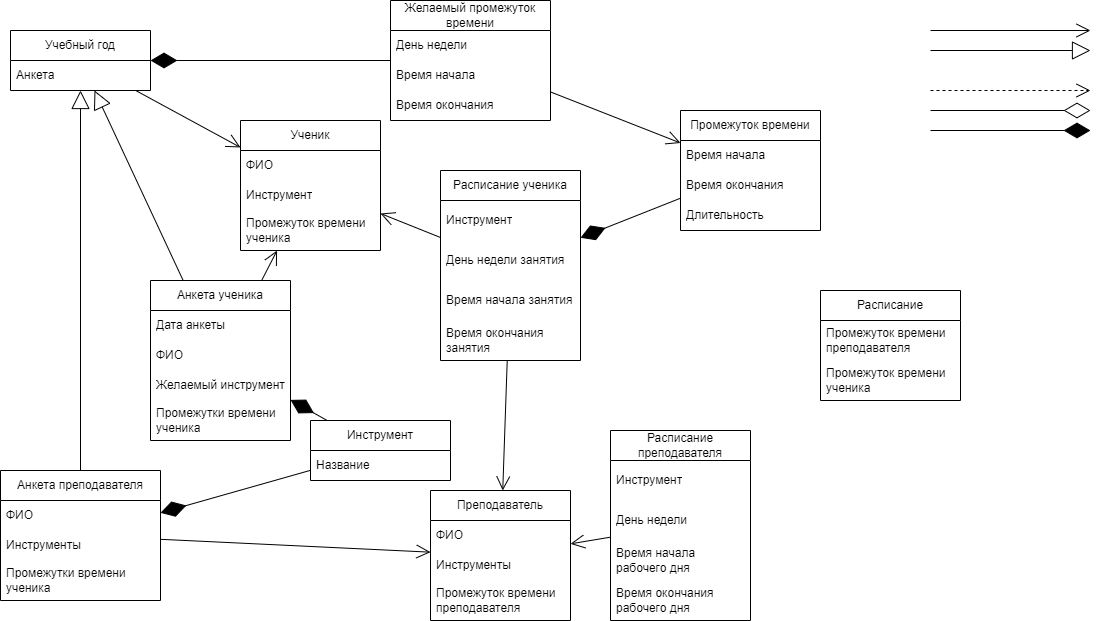
Before: Модель_предметной_области.png, a diagram exported from draw.io (watashinonericell/myrepos). Source tidied: cells renumbered, new cells last; positions are measured from the earlier drawing's top-left corner, leaving out a move shared by most shapes.
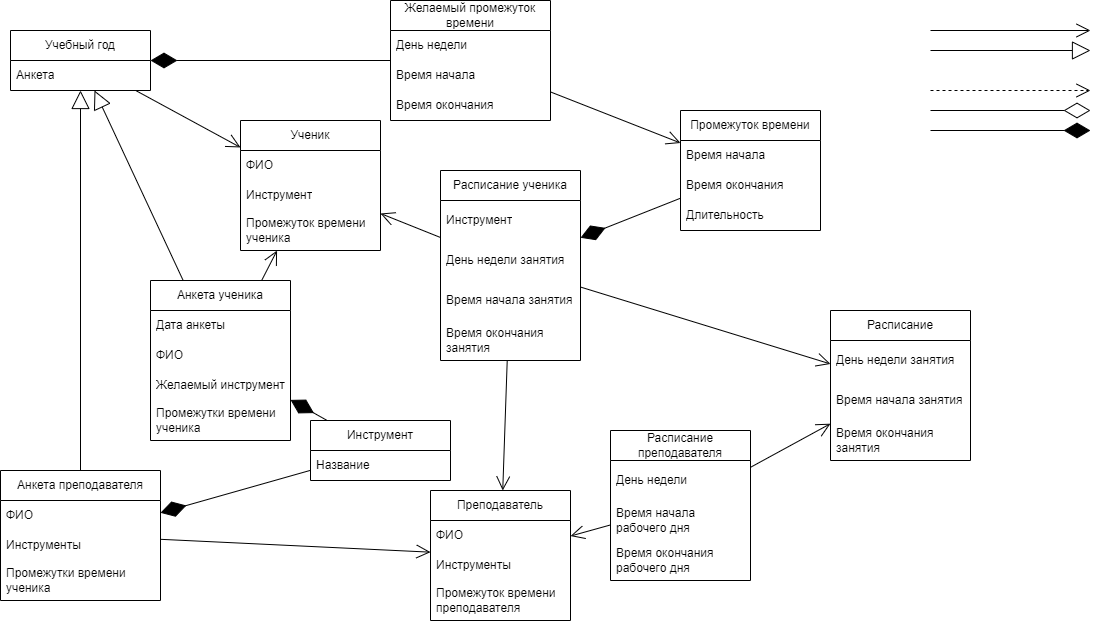
The same file after the commit.

The edit, as a diff of the source:
```diff
@@ -29,15 +29,6 @@
     <mxCell id="10" value="Промежутки времени ученика" style="text;strokeColor=none;fillColor=none;align=left;verticalAlign=middle;spacingLeft=4;spacingRight=4;overflow=hidden;whiteSpace=wrap;html=1;" parent="6" vertex="1">
       <mxGeometry y="120" width="140" height="40" as="geometry" />
     </mxCell>
-    <mxCell id="11" value="Расписание" style="swimlane;fontStyle=0;horizontal=1;startSize=30;whiteSpace=wrap;html=1;" parent="1" vertex="1">
-      <mxGeometry x="820" y="290" width="140" height="110" as="geometry" />
-    </mxCell>
-    <mxCell id="12" value="Промежуток времени преподавателя" style="text;strokeColor=none;fillColor=none;align=left;verticalAlign=middle;spacingLeft=4;spacingRight=4;overflow=hidden;whiteSpace=wrap;html=1;" parent="11" vertex="1">
-      <mxGeometry y="30" width="140" height="40" as="geometry" />
-    </mxCell>
-    <mxCell id="13" value="Промежуток времени ученика" style="text;strokeColor=none;fillColor=none;align=left;verticalAlign=middle;spacingLeft=4;spacingRight=4;overflow=hidden;whiteSpace=wrap;html=1;" parent="11" vertex="1">
-      <mxGeometry y="70" width="140" height="40" as="geometry" />
-    </mxCell>
     <mxCell id="14" style="endArrow=open;endFill=1;endSize=12;html=1;rounded=0;" parent="1" edge="1" source="6" target="2">
       <mxGeometry relative="1" as="geometry" />
     </mxCell>
@@ -171,19 +162,16 @@
       <mxGeometry y="150" width="140" height="40" as="geometry" />
     </mxCell>
     <mxCell id="53" value="Расписание преподавателя" style="swimlane;fontStyle=0;horizontal=1;startSize=30;whiteSpace=wrap;html=1;" parent="1" vertex="1">
-      <mxGeometry x="610" y="430" width="140" height="190" as="geometry" />
+      <mxGeometry x="610" y="430" width="140" height="150" as="geometry" />
     </mxCell>
-    <mxCell id="54" value="Инструмент" style="text;strokeColor=none;fillColor=none;align=left;verticalAlign=middle;spacingLeft=4;spacingRight=4;overflow=hidden;whiteSpace=wrap;html=1;" parent="53" vertex="1">
-      <mxGeometry y="30" width="140" height="40" as="geometry" />
-    </mxCell>
     <mxCell id="55" value="День недели" style="text;strokeColor=none;fillColor=none;align=left;verticalAlign=middle;spacingLeft=4;spacingRight=4;overflow=hidden;whiteSpace=wrap;html=1;" parent="53" vertex="1">
-      <mxGeometry y="70" width="140" height="40" as="geometry" />
+      <mxGeometry y="30" width="140" height="40" as="geometry" />
     </mxCell>
     <mxCell id="56" value="Время начала рабочего дня" style="text;strokeColor=none;fillColor=none;align=left;verticalAlign=middle;spacingLeft=4;spacingRight=4;overflow=hidden;whiteSpace=wrap;html=1;" parent="53" vertex="1">
-      <mxGeometry y="110" width="140" height="40" as="geometry" />
+      <mxGeometry y="70" width="140" height="40" as="geometry" />
     </mxCell>
     <mxCell id="57" value="Время окончания рабочего дня" style="text;strokeColor=none;fillColor=none;align=left;verticalAlign=middle;spacingLeft=4;spacingRight=4;overflow=hidden;whiteSpace=wrap;html=1;" parent="53" vertex="1">
-      <mxGeometry y="150" width="140" height="40" as="geometry" />
+      <mxGeometry y="110" width="140" height="40" as="geometry" />
     </mxCell>
     <mxCell id="58" style="endArrow=open;endFill=1;endSize=12;html=1;rounded=0;" parent="1" edge="1" source="48" target="2">
       <mxGeometry relative="1" as="geometry" />
@@ -197,5 +185,23 @@
     <mxCell id="61" style="endArrow=open;endFill=1;endSize=12;html=1;rounded=0;" parent="1" edge="1" source="48" target="15">
       <mxGeometry relative="1" as="geometry" />
     </mxCell>
+    <mxCell id="11" value="Расписание" style="swimlane;fontStyle=0;horizontal=1;startSize=30;whiteSpace=wrap;html=1;" parent="1" vertex="1">
+      <mxGeometry x="830" y="310" width="140" height="150" as="geometry" />
+    </mxCell>
+    <mxCell id="62" value="День недели занятия" style="text;strokeColor=none;fillColor=none;align=left;verticalAlign=middle;spacingLeft=4;spacingRight=4;overflow=hidden;whiteSpace=wrap;html=1;" parent="11" vertex="1">
+      <mxGeometry y="30" width="140" height="40" as="geometry" />
+    </mxCell>
+    <mxCell id="63" value="Время начала занятия" style="text;strokeColor=none;fillColor=none;align=left;verticalAlign=middle;spacingLeft=4;spacingRight=4;overflow=hidden;whiteSpace=wrap;html=1;" parent="11" vertex="1">
+      <mxGeometry y="70" width="140" height="40" as="geometry" />
+    </mxCell>
+    <mxCell id="64" value="Время окончания занятия" style="text;strokeColor=none;fillColor=none;align=left;verticalAlign=middle;spacingLeft=4;spacingRight=4;overflow=hidden;whiteSpace=wrap;html=1;" parent="11" vertex="1">
+      <mxGeometry y="110" width="140" height="40" as="geometry" />
+    </mxCell>
+    <mxCell id="65" style="endArrow=open;endFill=1;endSize=12;html=1;rounded=0;" parent="1" edge="1" source="53" target="11">
+      <mxGeometry relative="1" as="geometry" />
+    </mxCell>
+    <mxCell id="66" style="endArrow=open;endFill=1;endSize=12;html=1;rounded=0;" parent="1" edge="1" source="48" target="11">
+      <mxGeometry relative="1" as="geometry" />
+    </mxCell>
   </root>
 </mxGraphModel>
```
